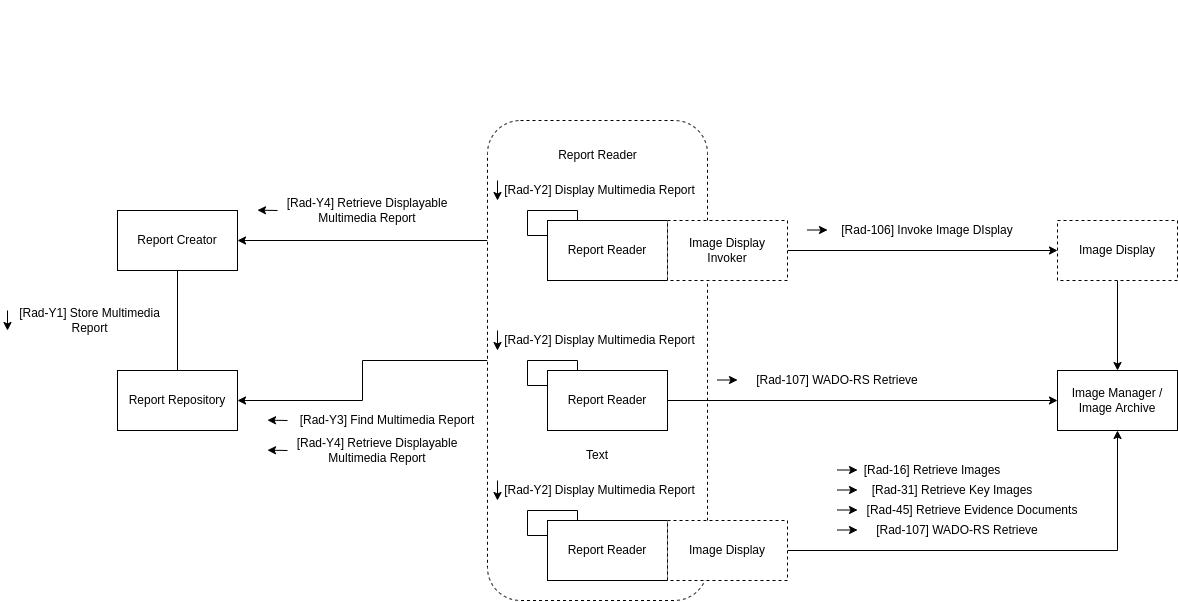
The draw.io diagram input/images/IHE_IMR_actor.drawio.png in IHE/RAD.IMR, before a commit. Source tidied: cells renumbered, new cells last; positions are measured from the earlier drawing's top-left corner, leaving out a move shared by most shapes.
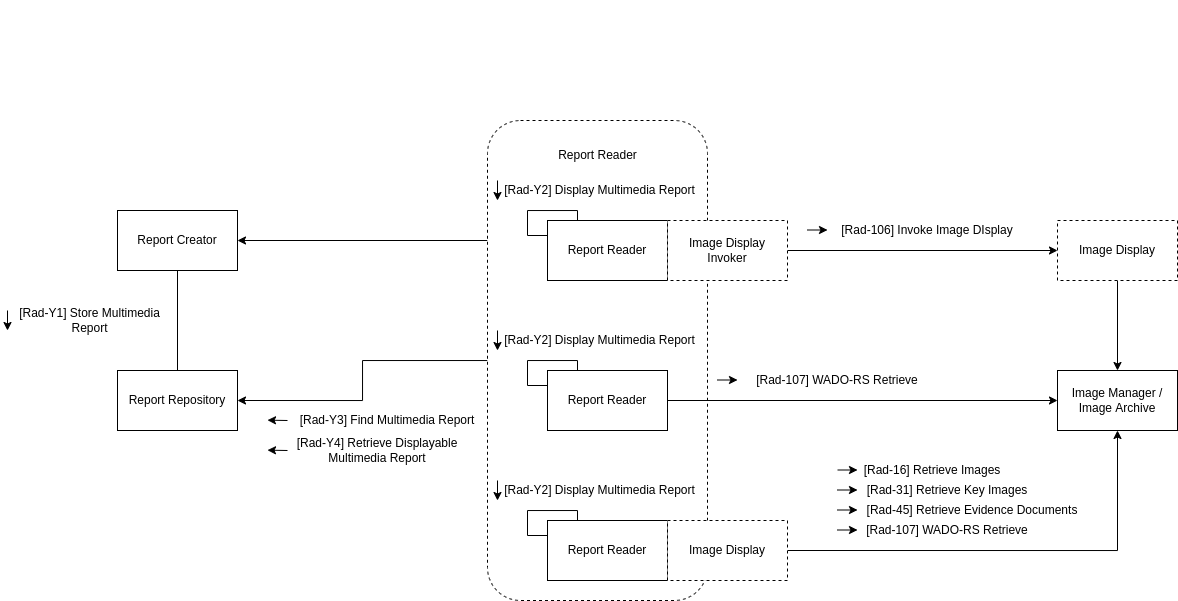
The same diagram one commit later.

Commit message:
Remove RAD-Y4 to Report Creator.

Diff of the diagram source:
```diff
@@ -140,23 +140,11 @@
     <mxCell id="36" value="Image Display" style="rounded=0;whiteSpace=wrap;html=1;dashed=1;" parent="1" vertex="1">
       <mxGeometry x="660" y="520" width="120" height="60" as="geometry" />
     </mxCell>
-    <mxCell id="37" style="group;" parent="1" vertex="1">
-      <mxGeometry x="830" y="460" width="220" height="20" as="geometry" />
-    </mxCell>
-    <mxCell id="38" value="[Rad-16] Retrieve Images" style="text;html=1;strokeColor=none;fillColor=none;align=center;verticalAlign=middle;whiteSpace=wrap;rounded=0;" parent="37" vertex="1">
-      <mxGeometry x="20" width="150" height="20" as="geometry" />
-    </mxCell>
-    <mxCell id="39" style="endArrow=classic;html=1;" parent="37" edge="1">
-      <mxGeometry relative="1" as="geometry">
-        <mxPoint y="9.5" as="sourcePoint" />
-        <mxPoint x="20" y="9.5" as="targetPoint" />
-      </mxGeometry>
-    </mxCell>
     <mxCell id="40" style="group;" parent="1" vertex="1">
       <mxGeometry x="830" y="480" width="250" height="40" as="geometry" />
     </mxCell>
     <mxCell id="41" value="[Rad-31] Retrieve Key Images" style="text;html=1;strokeColor=none;fillColor=none;align=center;verticalAlign=middle;whiteSpace=wrap;rounded=0;" parent="40" vertex="1">
-      <mxGeometry x="20" width="190" height="20" as="geometry" />
+      <mxGeometry x="10" width="200" height="20" as="geometry" />
     </mxCell>
     <mxCell id="42" style="endArrow=classic;html=1;" parent="40" edge="1">
       <mxGeometry relative="1" as="geometry">
@@ -180,7 +168,7 @@
       <mxGeometry x="830" y="520" width="250" height="20" as="geometry" />
     </mxCell>
     <mxCell id="47" value="[Rad-107] WADO-RS Retrieve" style="text;html=1;strokeColor=none;fillColor=none;align=center;verticalAlign=middle;whiteSpace=wrap;rounded=0;" parent="46" vertex="1">
-      <mxGeometry x="20" width="200" height="20" as="geometry" />
+      <mxGeometry x="10" width="200" height="20" as="geometry" />
     </mxCell>
     <mxCell id="48" style="endArrow=classic;html=1;" parent="46" edge="1">
       <mxGeometry relative="1" as="geometry">
@@ -227,23 +215,20 @@
     <mxCell id="58" value="[Rad-Y4] Retrieve Displayable Multimedia Report" style="text;html=1;strokeColor=none;fillColor=none;align=center;verticalAlign=middle;whiteSpace=wrap;rounded=0;" parent="56" vertex="1">
       <mxGeometry width="220" height="20" as="geometry" />
     </mxCell>
-    <mxCell id="59" style="group;" parent="55" vertex="1">
-      <mxGeometry x="110" y="200" width="220" height="20" as="geometry" />
-    </mxCell>
-    <mxCell id="60" style="endArrow=classic;html=1;" parent="59" edge="1">
-      <mxGeometry relative="1" as="geometry">
-        <mxPoint x="20" y="10" as="sourcePoint" />
-        <mxPoint y="9.7" as="targetPoint" />
-      </mxGeometry>
-    </mxCell>
-    <mxCell id="61" value="[Rad-Y4] Retrieve Displayable Multimedia Report" style="text;html=1;strokeColor=none;fillColor=none;align=center;verticalAlign=middle;whiteSpace=wrap;rounded=0;" parent="59" vertex="1">
-      <mxGeometry width="220" height="20" as="geometry" />
-    </mxCell>
-    <mxCell id="62" value="Text" style="text;html=1;strokeColor=none;fillColor=none;align=center;verticalAlign=middle;whiteSpace=wrap;rounded=0;dashed=1;" parent="1" vertex="1">
-      <mxGeometry x="560" y="440" width="60" height="30" as="geometry" />
-    </mxCell>
     <mxCell id="63" value="Report Reader" style="text;html=1;strokeColor=none;fillColor=none;align=center;verticalAlign=middle;whiteSpace=wrap;rounded=0;dashed=1;" parent="1" vertex="1">
       <mxGeometry x="532.5" y="140" width="115" height="30" as="geometry" />
     </mxCell>
+    <mxCell id="64" style="group;" parent="1" vertex="1">
+      <mxGeometry x="830" y="460" width="250" height="20" as="geometry" />
+    </mxCell>
+    <mxCell id="38" value="[Rad-16] Retrieve Images" style="text;html=1;strokeColor=none;fillColor=none;align=center;verticalAlign=middle;whiteSpace=wrap;rounded=0;" parent="64" vertex="1">
+      <mxGeometry x="10" width="170" height="20" as="geometry" />
+    </mxCell>
+    <mxCell id="65" style="endArrow=classic;html=1;" parent="64" edge="1">
+      <mxGeometry relative="1" as="geometry">
+        <mxPoint y="9.5" as="sourcePoint" />
+        <mxPoint x="20" y="9.5" as="targetPoint" />
+      </mxGeometry>
+    </mxCell>
   </root>
 </mxGraphModel>
```
